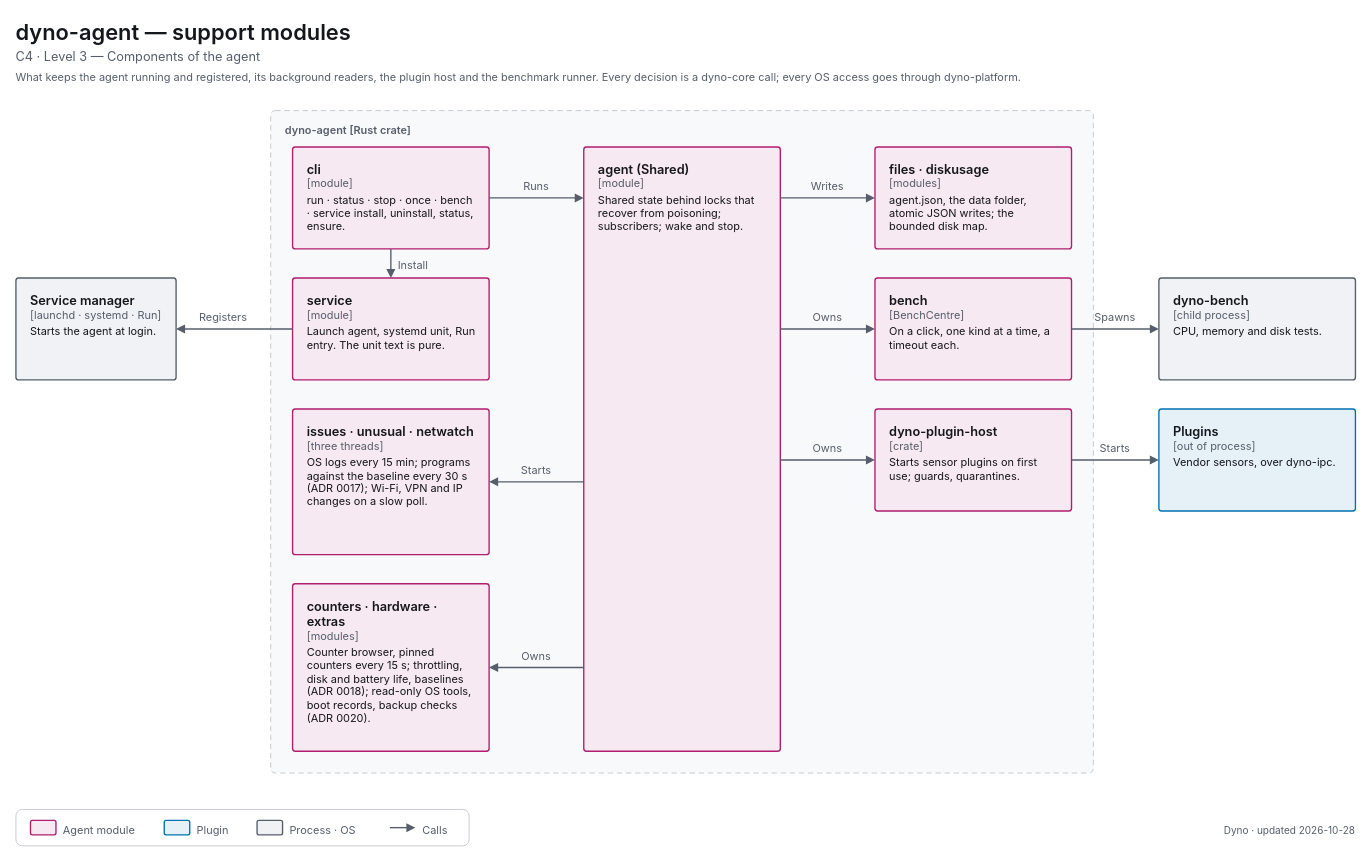
The draw.io diagram apps/dyno/diagrams/c4-3-components-agent-support.drawio in decryp7/paddock, before the edit. Source tidied: cells renumbered, new cells numbered last; positions are measured from the earlier drawing's top-left corner, leaving out a move shared by most shapes. Both pictures are drawn from the tidied source at 91%, with x=0, y=0 at pixel (15, 15).
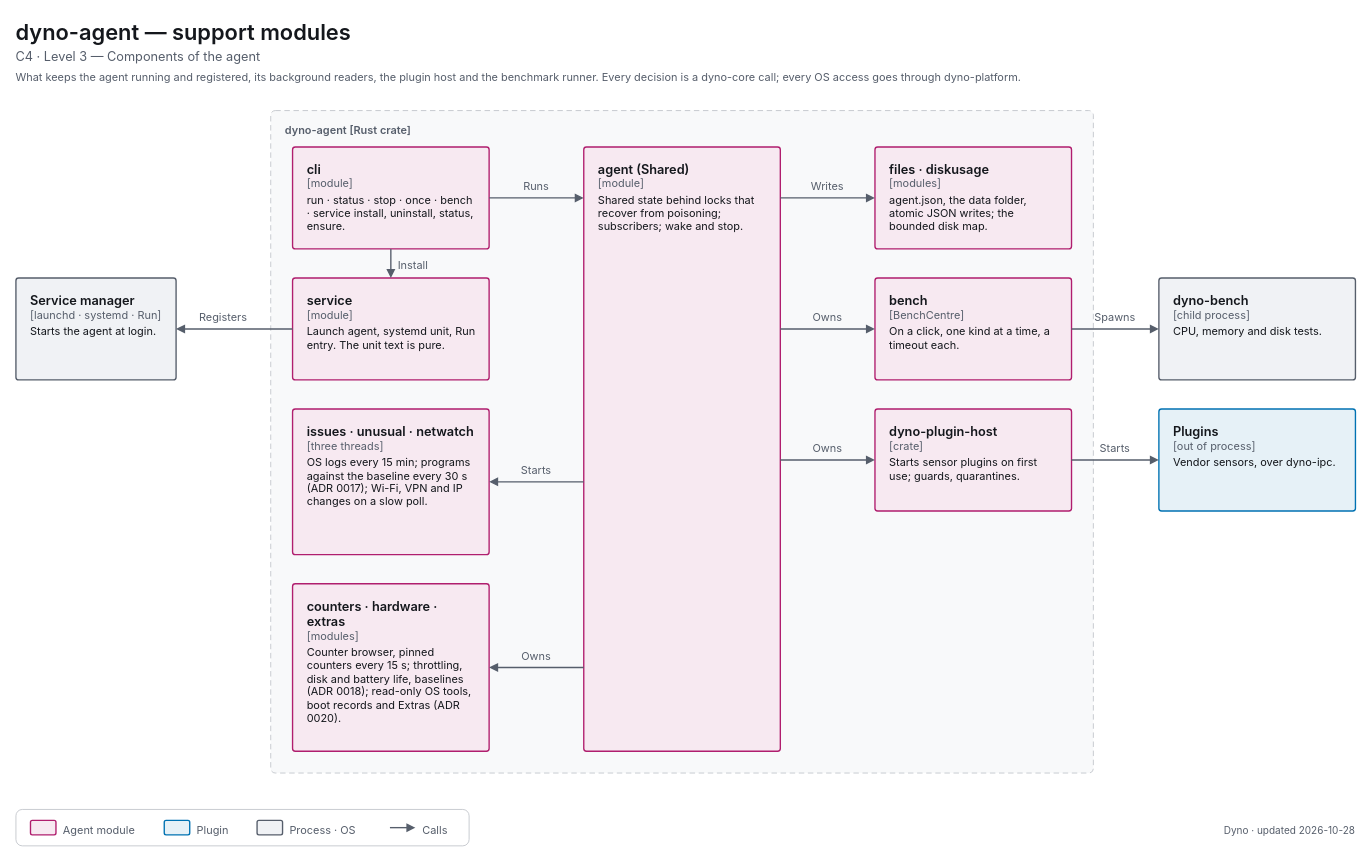
After the change.

Change to the diagram source:
```diff
@@
-    <mxCell id="14" value="&lt;span style=&quot;font-size:14px;font-weight:600&quot;&gt;counters · hardware · extras&lt;/span&gt;&lt;br&gt;&lt;span style=&quot;font-size:12px;color:light-dark(#565E6B,#A0A7B2)&quot;&gt;[modules]&lt;/span&gt;&lt;br&gt;&lt;div style=&quot;margin-top:4px;font-size:12px&quot;&gt;Counter browser, pinned counters every 15 s; throttling, disk and battery life, baselines (ADR 0018); read-only OS tools, boot records, backup checks (ADR 0020).&lt;/div&gt;" style="html=1;whiteSpace=wrap;fontFamily=-apple-system,BlinkMacSystemFont,Segoe UI,system-ui,sans-serif;fontSize=12;fontColor=light-dark(#14171C,#ECEEF1);rounded=1;absoluteArcSize=1;arcSize=6;strokeWidth=1.5;strokeColor=light-dark(#B01E6E,#F063A8);fillColor=light-dark(#F7E9F1,#382332);align=left;verticalAlign=top;spacingLeft=14;spacingRight=14;spacingTop=10;spacingBottom=8;" parent="1" vertex="1">
+    <mxCell id="14" value="&lt;span style=&quot;font-size:14px;font-weight:600&quot;&gt;counters · hardware · extras&lt;/span&gt;&lt;br&gt;&lt;span style=&quot;font-size:12px;color:light-dark(#565E6B,#A0A7B2)&quot;&gt;[modules]&lt;/span&gt;&lt;br&gt;&lt;div style=&quot;margin-top:4px;font-size:12px&quot;&gt;Counter browser, pinned counters every 15 s; throttling, disk and battery life, baselines (ADR 0018); read-only OS tools, boot records and Extras (ADR 0020).&lt;/div&gt;" style="html=1;whiteSpace=wrap;fontFamily=-apple-system,BlinkMacSystemFont,Segoe UI,system-ui,sans-serif;fontSize=12;fontColor=light-dark(#14171C,#ECEEF1);rounded=1;absoluteArcSize=1;arcSize=6;strokeWidth=1.5;strokeColor=light-dark(#B01E6E,#F063A8);fillColor=light-dark(#F7E9F1,#382332);align=left;verticalAlign=top;spacingLeft=14;spacingRight=14;spacingTop=10;spacingBottom=8;" parent="1" vertex="1">
       <mxGeometry x="304" y="624" width="216" height="184" as="geometry" />
     </mxCell>
```
